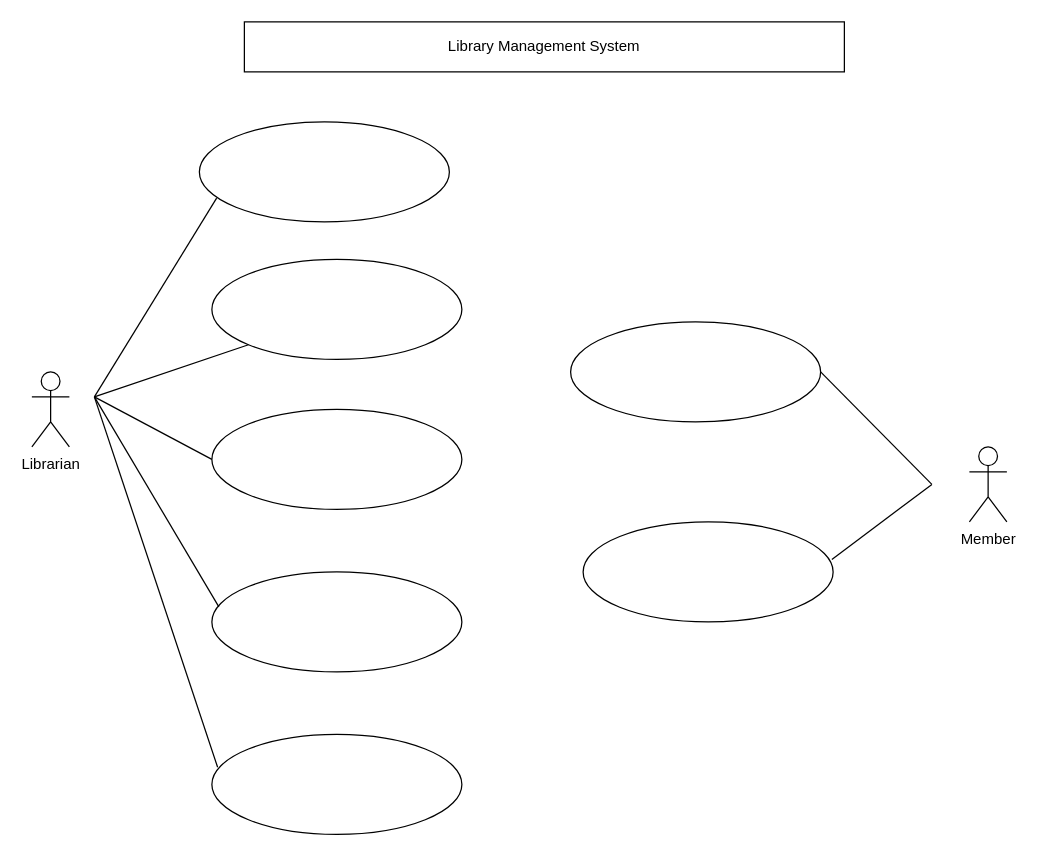
Beeraz16/birazzz.github.io keeps this draw.io diagram as Untitled Diagram.drawio. Above is the earlier version. Source tidied: cells renumbered, new cells numbered last; positions are measured from the earlier drawing's top-left corner, leaving out a move shared by most shapes. Both pictures are drawn from the tidied source at 125%, with x=0, y=0 at pixel (31, 21).
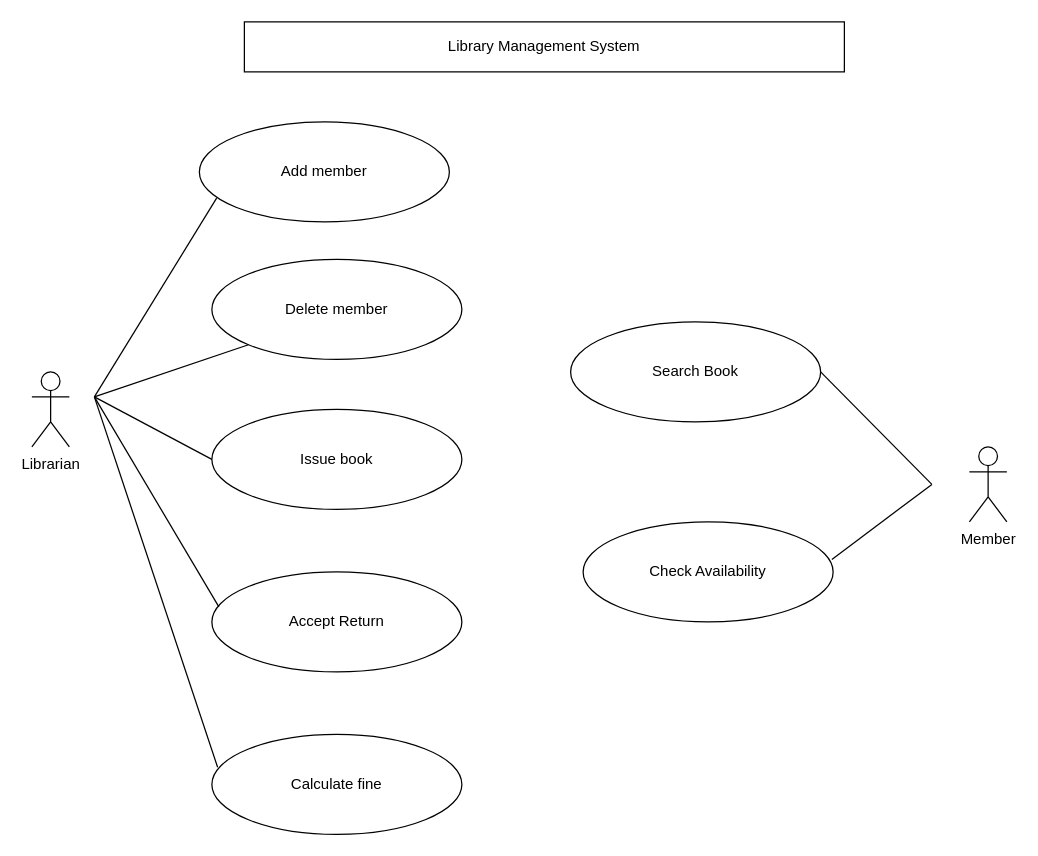
The same diagram, later.

What changed in the source:
```diff
@@
-    <mxCell id="2" style="ellipse;whiteSpace=wrap;html=1;" parent="1" vertex="1">
+    <mxCell id="2" value="Add member" style="ellipse;whiteSpace=wrap;html=1;" parent="1" vertex="1">
       <mxGeometry x="134" y="80" width="200" height="80" as="geometry" />
     </mxCell>
-    <mxCell id="3" style="ellipse;whiteSpace=wrap;html=1;" parent="1" vertex="1">
+    <mxCell id="3" value="Issue book" style="ellipse;whiteSpace=wrap;html=1;" parent="1" vertex="1">
       <mxGeometry x="144" y="310" width="200" height="80" as="geometry" />
     </mxCell>
-    <mxCell id="4" style="ellipse;whiteSpace=wrap;html=1;" parent="1" vertex="1">
+    <mxCell id="4" value="Delete member" style="ellipse;whiteSpace=wrap;html=1;" parent="1" vertex="1">
       <mxGeometry x="144" y="190" width="200" height="80" as="geometry" />
     </mxCell>
-    <mxCell id="5" style="ellipse;whiteSpace=wrap;html=1;" parent="1" vertex="1">
+    <mxCell id="5" value="Accept Return" style="ellipse;whiteSpace=wrap;html=1;" parent="1" vertex="1">
       <mxGeometry x="144" y="440" width="200" height="80" as="geometry" />
     </mxCell>
-    <mxCell id="6" style="ellipse;whiteSpace=wrap;html=1;" parent="1" vertex="1">
+    <mxCell id="6" value="Calculate fine" style="ellipse;whiteSpace=wrap;html=1;" parent="1" vertex="1">
       <mxGeometry x="144" y="570" width="200" height="80" as="geometry" />
     </mxCell>
-    <mxCell id="7" style="ellipse;whiteSpace=wrap;html=1;" parent="1" vertex="1">
+    <mxCell id="7" value="Search Book" style="ellipse;whiteSpace=wrap;html=1;" parent="1" vertex="1">
       <mxGeometry x="431" y="240" width="200" height="80" as="geometry" />
     </mxCell>
-    <mxCell id="8" style="ellipse;whiteSpace=wrap;html=1;" parent="1" vertex="1">
+    <mxCell id="8" value="Check Availability" style="ellipse;whiteSpace=wrap;html=1;" parent="1" vertex="1">
       <mxGeometry x="441" y="400" width="200" height="80" as="geometry" />
     </mxCell>
```
